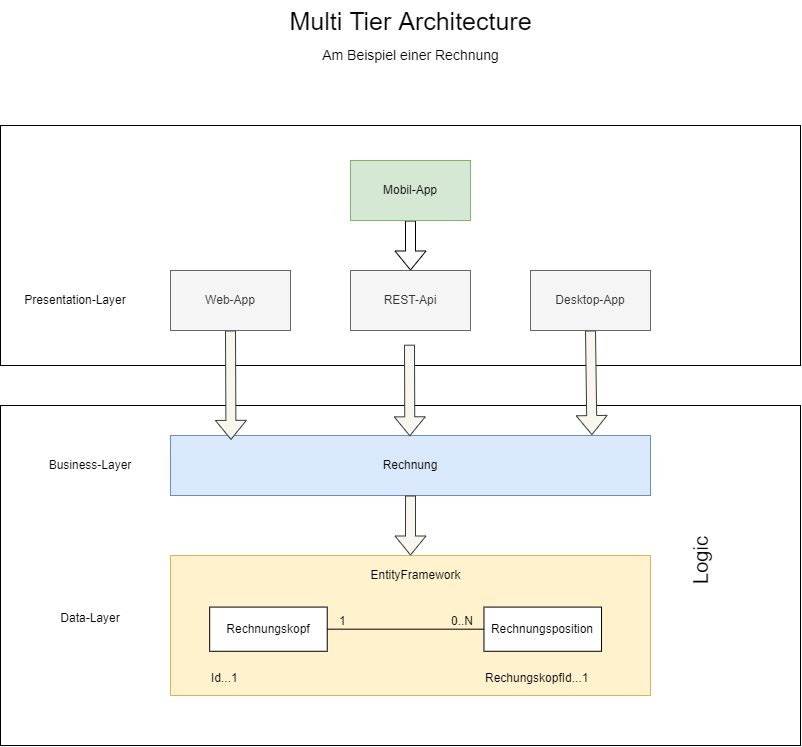
Earlier version of the draw.io export MultiTierArchitecture.png (Nydery/CSSoftwareEngineering-QuickTemplate). Source tidied: cells renumbered, new cells last; positions are measured from the earlier drawing's top-left corner, leaving out a move shared by most shapes.
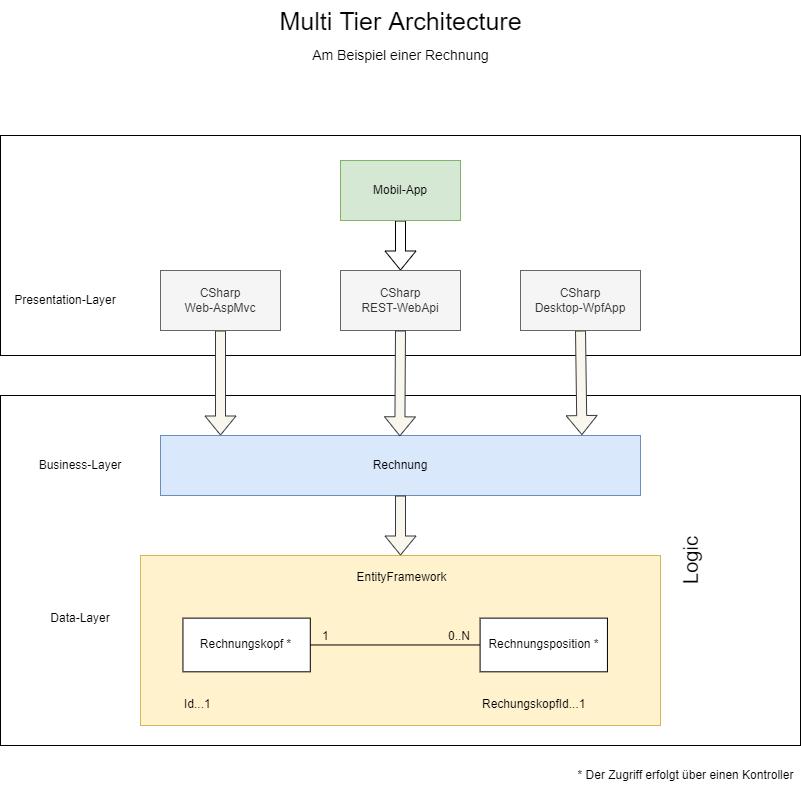
After the commit.

Commit message:
Added multi tier architecture documentation.

Change to the diagram source:
```diff
@@ -3,22 +3,22 @@
     <mxCell id="0" />
     <mxCell id="1" parent="0" />
     <mxCell id="2" style="rounded=0;whiteSpace=wrap;html=1;" parent="1" vertex="1">
-      <mxGeometry y="125" width="800" height="240" as="geometry" />
+      <mxGeometry x="10" y="135" width="800" height="220" as="geometry" />
     </mxCell>
     <mxCell id="3" style="rounded=0;whiteSpace=wrap;html=1;fillColor=none;" parent="1" vertex="1">
-      <mxGeometry y="405" width="800" height="340" as="geometry" />
+      <mxGeometry x="10" y="395" width="800" height="350" as="geometry" />
     </mxCell>
     <mxCell id="4" style="group;fillColor=#fff2cc;strokeColor=#d6b656;" parent="1" vertex="1">
-      <mxGeometry x="170" y="555" width="480" height="140" as="geometry" />
+      <mxGeometry x="150" y="555" width="520" height="170" as="geometry" />
     </mxCell>
     <mxCell id="5" style="rounded=0;whiteSpace=wrap;html=1;fillColor=#fff2cc;strokeColor=#d6b656;" parent="4" vertex="1">
-      <mxGeometry width="480" height="140" as="geometry" />
+      <mxGeometry width="520" height="170" as="geometry" />
     </mxCell>
-    <mxCell id="6" value="Rechnungskopf" style="rounded=0;whiteSpace=wrap;html=1;" parent="4" vertex="1">
-      <mxGeometry x="39.2" y="51.6" width="117.6" height="44.2" as="geometry" />
+    <mxCell id="6" value="Rechnungskopf *" style="rounded=0;whiteSpace=wrap;html=1;" parent="4" vertex="1">
+      <mxGeometry x="42.4" y="62.6" width="127.3" height="53.7" as="geometry" />
     </mxCell>
-    <mxCell id="7" value="Rechnungsposition" style="rounded=0;whiteSpace=wrap;html=1;" parent="4" vertex="1">
-      <mxGeometry x="313.5" y="51.6" width="117.6" height="44.2" as="geometry" />
+    <mxCell id="7" value="Rechnungsposition *" style="rounded=0;whiteSpace=wrap;html=1;" parent="4" vertex="1">
+      <mxGeometry x="339.6" y="62.6" width="127.3" height="53.7" as="geometry" />
     </mxCell>
     <mxCell id="8" style="endArrow=none;html=1;rounded=0;exitX=1;exitY=0.5;exitDx=0;exitDy=0;entryX=0;entryY=0.5;entryDx=0;entryDy=0;" parent="4" edge="1" source="6" target="7">
       <mxGeometry relative="1" as="geometry" />
@@ -34,13 +34,13 @@
       </mxGeometry>
     </mxCell>
     <mxCell id="11" value="RechungskopfId...1" style="text;html=1;strokeColor=none;fillColor=none;align=left;verticalAlign=middle;whiteSpace=wrap;rounded=0;" parent="4" vertex="1">
-      <mxGeometry x="313.5" y="112" width="107.8" height="22.1" as="geometry" />
+      <mxGeometry x="339.6" y="136" width="116.7" height="26.8" as="geometry" />
     </mxCell>
     <mxCell id="12" value="Id...1" style="text;html=1;strokeColor=none;fillColor=none;align=left;verticalAlign=middle;whiteSpace=wrap;rounded=0;" parent="4" vertex="1">
-      <mxGeometry x="39.2" y="112" width="58.8" height="22.1" as="geometry" />
+      <mxGeometry x="42.4" y="136" width="63.7" height="26.8" as="geometry" />
     </mxCell>
     <mxCell id="13" value="EntityFramework" style="text;html=1;align=center;verticalAlign=middle;strokeColor=none;fillColor=none;" parent="4" vertex="1">
-      <mxGeometry x="190" y="10" width="110" height="20" as="geometry" />
+      <mxGeometry x="205.8" y="12.1" width="110" height="20" as="geometry" />
     </mxCell>
     <mxCell id="14" value="Rechnung" style="rounded=0;whiteSpace=wrap;html=1;fillColor=#dae8fc;strokeColor=#6c8ebf;" parent="1" vertex="1">
       <mxGeometry x="170" y="435" width="480" height="60" as="geometry" />
@@ -48,8 +48,10 @@
     <mxCell id="15" style="shape=flexArrow;endArrow=classic;html=1;rounded=0;entryX=0.5;entryY=0;entryDx=0;entryDy=0;fillColor=#f9f7ed;strokeColor=#36393d;" parent="1" edge="1" source="14" target="5">
       <mxGeometry relative="1" as="geometry" />
     </mxCell>
-    <mxCell id="16" style="shape=flexArrow;endArrow=classic;html=1;rounded=0;exitX=0.5;exitY=1;exitDx=0;exitDy=0;entryX=0.126;entryY=0.073;entryDx=0;entryDy=0;entryPerimeter=0;fillColor=#f9f7ed;strokeColor=#36393d;" parent="1" edge="1" source="22" target="14">
-      <mxGeometry relative="1" as="geometry" />
+    <mxCell id="16" style="shape=flexArrow;endArrow=classic;html=1;rounded=0;exitX=0.5;exitY=1;exitDx=0;exitDy=0;fillColor=#f9f7ed;strokeColor=#36393d;" parent="1" edge="1" source="22">
+      <mxGeometry relative="1" as="geometry">
+        <mxPoint x="230" y="435" as="targetPoint" />
+      </mxGeometry>
     </mxCell>
     <mxCell id="17" style="shape=flexArrow;endArrow=classic;html=1;rounded=0;" parent="1" edge="1" source="23" target="28">
       <mxGeometry relative="1" as="geometry" />
@@ -66,13 +68,13 @@
     <mxCell id="21" value="Presentation-Layer" style="text;html=1;strokeColor=none;fillColor=none;align=center;verticalAlign=middle;whiteSpace=wrap;rounded=0;" parent="1" vertex="1">
       <mxGeometry x="15" y="285" width="120" height="30" as="geometry" />
     </mxCell>
-    <mxCell id="22" value="Web-App" style="rounded=0;whiteSpace=wrap;html=1;fillColor=#f5f5f5;fontColor=#333333;strokeColor=#666666;" parent="1" vertex="1">
+    <mxCell id="22" value="CSharp&lt;br&gt;Web-AspMvc" style="rounded=0;whiteSpace=wrap;html=1;fillColor=#f5f5f5;fontColor=#333333;strokeColor=#666666;" parent="1" vertex="1">
       <mxGeometry x="170" y="270" width="120" height="60" as="geometry" />
     </mxCell>
     <mxCell id="23" value="Mobil-App" style="rounded=0;whiteSpace=wrap;html=1;fillColor=#d5e8d4;strokeColor=#82b366;" parent="1" vertex="1">
       <mxGeometry x="350" y="160" width="120" height="60" as="geometry" />
     </mxCell>
-    <mxCell id="24" value="Desktop-App" style="rounded=0;whiteSpace=wrap;html=1;fillColor=#f5f5f5;fontColor=#333333;strokeColor=#666666;" parent="1" vertex="1">
+    <mxCell id="24" value="CSharp&lt;br&gt;Desktop-WpfApp" style="rounded=0;whiteSpace=wrap;html=1;fillColor=#f5f5f5;fontColor=#333333;strokeColor=#666666;" parent="1" vertex="1">
       <mxGeometry x="530" y="270" width="120" height="60" as="geometry" />
     </mxCell>
     <mxCell id="25" value="Logic" style="text;html=1;strokeColor=none;fillColor=none;align=center;verticalAlign=middle;whiteSpace=wrap;rounded=0;rotation=-90;fontSize=20;fontStyle=0;" parent="1" vertex="1">
@@ -84,17 +86,19 @@
     <mxCell id="27" value="Am Beispiel einer Rechnung" style="text;html=1;align=center;verticalAlign=middle;strokeColor=none;fillColor=none;fontSize=14;" parent="1" vertex="1">
       <mxGeometry x="315" y="45" width="190" height="20" as="geometry" />
     </mxCell>
-    <mxCell id="28" value="REST-Api" style="rounded=0;whiteSpace=wrap;html=1;fillColor=#f5f5f5;fontColor=#333333;strokeColor=#666666;" parent="1" vertex="1">
+    <mxCell id="28" value="CSharp&lt;br&gt;REST-WebApi" style="rounded=0;whiteSpace=wrap;html=1;fillColor=#f5f5f5;fontColor=#333333;strokeColor=#666666;" parent="1" vertex="1">
       <mxGeometry x="350" y="270" width="120" height="60" as="geometry" />
     </mxCell>
     <mxCell id="29" style="edgeStyle=orthogonalEdgeStyle;rounded=0;orthogonalLoop=1;jettySize=auto;html=1;exitX=0.5;exitY=1;exitDx=0;exitDy=0;" parent="1" edge="1" source="24" target="24">
       <mxGeometry relative="1" as="geometry" />
     </mxCell>
-    <mxCell id="30" style="shape=flexArrow;endArrow=classic;html=1;rounded=0;exitX=0.5;exitY=1;exitDx=0;exitDy=0;entryX=0.959;entryY=0.027;entryDx=0;entryDy=0;entryPerimeter=0;fillColor=#f9f7ed;strokeColor=#36393d;" parent="1" edge="1">
+    <mxCell id="30" style="shape=flexArrow;endArrow=classic;html=1;rounded=0;exitX=0.5;exitY=1;exitDx=0;exitDy=0;entryX=0.959;entryY=0.027;entryDx=0;entryDy=0;entryPerimeter=0;fillColor=#f9f7ed;strokeColor=#36393d;" parent="1" edge="1" source="28">
       <mxGeometry relative="1" as="geometry">
-        <mxPoint x="409" y="344.2" as="sourcePoint" />
         <mxPoint x="409.3" y="435.8" as="targetPoint" />
       </mxGeometry>
     </mxCell>
+    <mxCell id="31" value="* Der Zugriff erfolgt über einen Kontroller" style="text;html=1;align=center;verticalAlign=middle;strokeColor=none;fillColor=none;" parent="1" vertex="1">
+      <mxGeometry x="580" y="765" width="230" height="20" as="geometry" />
+    </mxCell>
   </root>
 </mxGraphModel>
```
